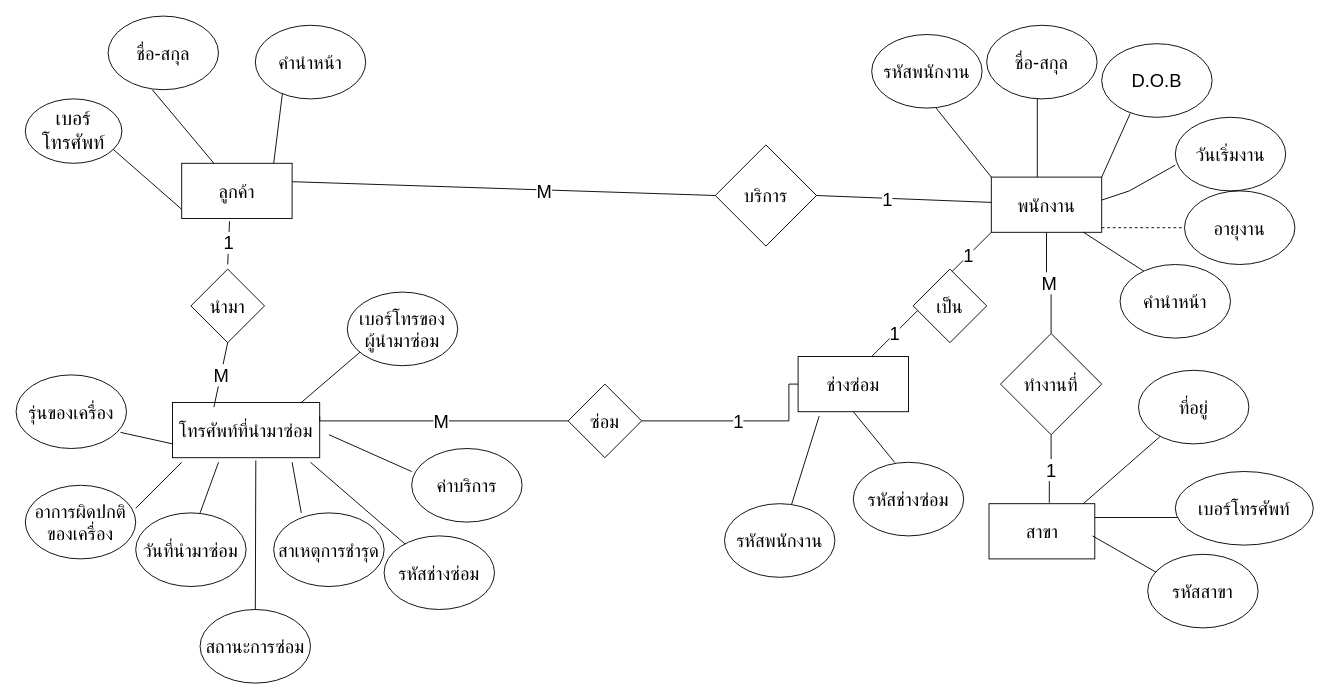
Earlier version of the draw.io diagram Untitled Diagram.drawio (Bode20029/hello-world). Source tidied: cells renumbered, new cells numbered last; positions are measured from the earlier drawing's top-left corner, leaving out a move shared by most shapes. Both pictures are drawn from the tidied source at 92%, with x=0, y=0 at pixel (16, 16).
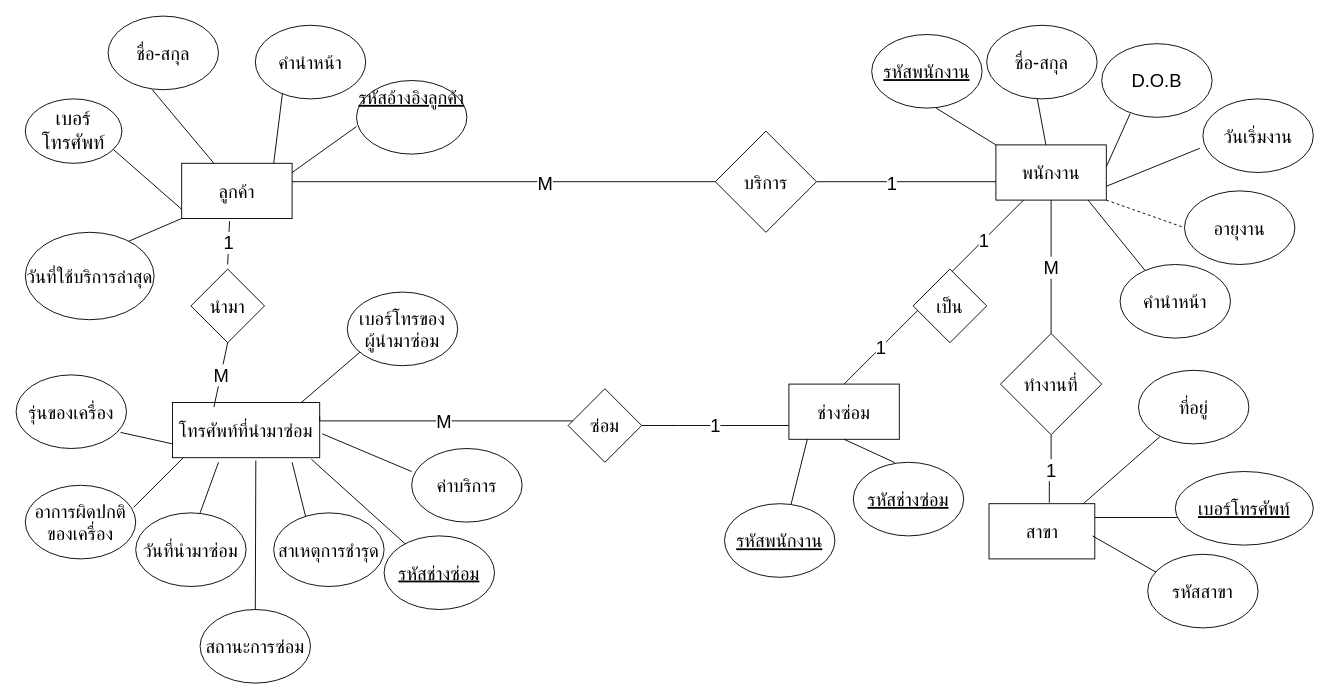
After the change.

Unchanged cells that the change refers to:
```xml
<mxCell id="2" value="&lt;font style=&quot;font-size: 20px;&quot;&gt;ลูกค้า&lt;/font&gt;" style="rounded=0;whiteSpace=wrap;html=1;" parent="1" vertex="1">
  <mxGeometry x="180" y="160" width="120" height="60" as="geometry" />
</mxCell>
<mxCell id="23" value="โทรศัพท์ที่นำมาซ่อม" style="rounded=0;whiteSpace=wrap;html=1;fontSize=20;fontColor=#000000;" parent="1" vertex="1">
  <mxGeometry x="170" y="420" width="160" height="60" as="geometry" />
</mxCell>
<mxCell id="43" value="อาการผิดปกติของเครื่อง" style="ellipse;whiteSpace=wrap;html=1;fontFamily=Helvetica;fontSize=20;fontColor=#000000;" parent="1" vertex="1">
  <mxGeometry x="10" y="510" width="120" height="80" as="geometry" />
</mxCell>
<mxCell id="49" value="สาเหตุการชำรุด" style="ellipse;whiteSpace=wrap;html=1;fontFamily=Helvetica;fontSize=20;fontColor=#000000;" parent="1" vertex="1">
  <mxGeometry x="280" y="540" width="120" height="80" as="geometry" />
</mxCell>
<mxCell id="51" value="ค่าบริการ" style="ellipse;whiteSpace=wrap;html=1;fontFamily=Helvetica;fontSize=20;fontColor=#000000;" parent="1" vertex="1">
  <mxGeometry x="430" y="470" width="120" height="80" as="geometry" />
</mxCell>
```

Diff of the diagram source:
```diff
@@
-    <mxCell id="7" value="พนักงาน" style="rounded=0;whiteSpace=wrap;html=1;fontSize=20;fontColor=#000000;" parent="1" vertex="1">
-      <mxGeometry x="1060" y="175" width="120" height="60" as="geometry" />
-    </mxCell>
@@
-    <mxCell id="14" value="เบอร์โทรศัพท์" style="ellipse;whiteSpace=wrap;html=1;fontSize=20;fontColor=#000000;" parent="1" vertex="1">
+    <mxCell id="14" value="เบอร์โทรศัพท์" style="ellipse;whiteSpace=wrap;html=1;fontSize=20;fontColor=#000000;fontStyle=4;" parent="1" vertex="1">
       <mxGeometry x="1260" y="495" width="150" height="80" as="geometry" />
     </mxCell>
@@
-    <mxCell id="17" style="endArrow=none;html=1;rounded=0;fontSize=20;fontColor=#000000;" parent="1" edge="1">
+    <mxCell id="17" style="endArrow=none;html=1;rounded=0;fontSize=20;fontColor=#000000;startArrow=none;" parent="1" edge="1" source="7">
       <mxGeometry relative="1" as="geometry">
-        <mxPoint x="1110" y="175" as="sourcePoint" />
         <mxPoint x="1110" y="90" as="targetPoint" />
       </mxGeometry>
     </mxCell>
@@
-    <mxCell id="21" style="endArrow=none;html=1;rounded=0;fontSize=20;fontColor=#000000;entryX=0;entryY=0.65;entryDx=0;entryDy=0;entryPerimeter=0;" parent="1" edge="1" target="22">
-      <mxGeometry relative="1" as="geometry">
-        <mxPoint x="1180" y="200" as="sourcePoint" />
-        <Array as="points">
-          <mxPoint x="1210" y="190" />
-        </Array>
-      </mxGeometry>
-    </mxCell>
     <mxCell id="22" value="วันเริ่มงาน" style="ellipse;whiteSpace=wrap;html=1;fontSize=20;fontColor=#000000;" parent="1" vertex="1">
-      <mxGeometry x="1260" y="110" width="120" height="80" as="geometry" />
+      <mxGeometry x="1290" y="90" width="120" height="80" as="geometry" />
     </mxCell>
@@
     <mxCell id="26" style="endArrow=none;html=1;rounded=0;fontFamily=Helvetica;fontSize=20;fontColor=#000000;exitX=1;exitY=0.5;exitDx=0;exitDy=0;" parent="1" edge="1" source="28">
       <mxGeometry relative="1" as="geometry">
-        <mxPoint x="1060" y="202.5" as="targetPoint" />
+        <mxPoint x="1070" y="180" as="targetPoint" />
       </mxGeometry>
     </mxCell>
@@
     <mxCell id="28" value="บริการ" style="rhombus;whiteSpace=wrap;html=1;fontFamily=Helvetica;fontSize=20;fontColor=#000000;" parent="1" vertex="1">
-      <mxGeometry x="760" y="140" width="110" height="110" as="geometry" />
+      <mxGeometry x="760" y="125" width="110" height="110" as="geometry" />
     </mxCell>
-    <mxCell id="29" style="endArrow=none;html=1;rounded=0;fontFamily=Helvetica;fontSize=20;fontColor=#000000;entryX=0;entryY=0.5;entryDx=0;entryDy=0;" parent="1" edge="1" target="28">
+    <mxCell id="29" style="endArrow=none;html=1;rounded=0;fontFamily=Helvetica;fontSize=20;fontColor=#000000;" parent="1" edge="1">
       <mxGeometry relative="1" as="geometry">
         <mxPoint x="300" y="180" as="sourcePoint" />
+        <mxPoint x="760" y="180" as="targetPoint" />
       </mxGeometry>
     </mxCell>
@@
-    <mxCell id="33" value="1" style="endArrow=none;html=1;rounded=0;fontFamily=Helvetica;fontSize=20;fontColor=#000000;" parent="1" edge="1">
+    <mxCell id="33" value="1" style="endArrow=none;html=1;rounded=0;fontFamily=Helvetica;fontSize=20;fontColor=#000000;entryX=0.25;entryY=1;entryDx=0;entryDy=0;" parent="1" edge="1" target="7">
       <mxGeometry relative="1" as="geometry">
         <mxPoint x="1010" y="285" as="sourcePoint" />
-        <mxPoint x="1060" y="235" as="targetPoint" />
       </mxGeometry>
     </mxCell>
@@
-    <mxCell id="35" value="1" style="endArrow=none;html=1;rounded=0;fontFamily=Helvetica;fontSize=20;fontColor=#000000;" parent="1" edge="1">
+    <mxCell id="35" value="1" style="endArrow=none;html=1;rounded=0;fontFamily=Helvetica;fontSize=20;fontColor=#000000;exitX=0.5;exitY=0;exitDx=0;exitDy=0;" parent="1" edge="1" source="37">
       <mxGeometry relative="1" as="geometry">
-        <mxPoint x="930" y="370" as="sourcePoint" />
         <mxPoint x="980" y="320" as="targetPoint" />
       </mxGeometry>
     </mxCell>
     <mxCell id="36" value="1" style="edgeStyle=orthogonalEdgeStyle;rounded=0;jettySize=auto;html=1;entryX=1;entryY=0.5;entryDx=0;entryDy=0;fontFamily=Helvetica;fontSize=20;fontColor=#000000;endArrow=none;endFill=0;" parent="1" edge="1" source="37" target="53">
       <mxGeometry relative="1" as="geometry">
         <Array as="points">
-          <mxPoint x="840" y="400" />
-          <mxPoint x="840" y="440" />
+          <mxPoint x="720" y="445" />
+          <mxPoint x="720" y="445" />
         </Array>
       </mxGeometry>
     </mxCell>
     <mxCell id="37" value="ช่างซ่อม" style="rounded=0;whiteSpace=wrap;html=1;fontFamily=Helvetica;fontSize=20;fontColor=#000000;" parent="1" vertex="1">
-      <mxGeometry x="850" y="370" width="120" height="60" as="geometry" />
+      <mxGeometry x="840" y="400" width="120" height="60" as="geometry" />
     </mxCell>
@@
-    <mxCell id="39" value="รหัสพนักงาน" style="ellipse;whiteSpace=wrap;html=1;fontFamily=Helvetica;fontSize=20;fontColor=#000000;" parent="1" vertex="1">
+    <mxCell id="39" value="รหัสพนักงาน" style="ellipse;whiteSpace=wrap;html=1;fontFamily=Helvetica;fontSize=20;fontColor=#000000;fontStyle=4;" parent="1" vertex="1">
       <mxGeometry x="930" y="20" width="120" height="80" as="geometry" />
     </mxCell>
@@
-    <mxCell id="41" value="รหัสช่างซ่อม" style="ellipse;whiteSpace=wrap;html=1;fontFamily=Helvetica;fontSize=20;fontColor=#000000;" parent="1" vertex="1">
+    <mxCell id="41" value="รหัสช่างซ่อม" style="ellipse;whiteSpace=wrap;html=1;fontFamily=Helvetica;fontSize=20;fontColor=#000000;fontStyle=4;" parent="1" vertex="1">
       <mxGeometry x="910" y="485" width="120" height="80" as="geometry" />
     </mxCell>
-    <mxCell id="42" style="endArrow=none;html=1;rounded=0;fontFamily=Helvetica;fontSize=20;fontColor=#000000;" parent="1" edge="1">
-      <mxGeometry relative="1" as="geometry">
-        <mxPoint x="130" y="535" as="sourcePoint" />
-        <mxPoint x="180" y="485" as="targetPoint" />
-      </mxGeometry>
+    <mxCell id="42" style="endArrow=none;html=1;rounded=0;fontFamily=Helvetica;fontSize=20;fontColor=#000000;entryX=0.073;entryY=1.002;entryDx=0;entryDy=0;entryPerimeter=0;exitX=0.981;exitY=0.3;exitDx=0;exitDy=0;exitPerimeter=0;" parent="1" edge="1" source="43" target="23">
+      <mxGeometry relative="1" as="geometry" />
     </mxCell>
@@
-    <mxCell id="44" style="endArrow=none;html=1;rounded=0;fontFamily=Helvetica;fontSize=20;fontColor=#000000;dashed=1;" parent="1" edge="1">
+    <mxCell id="44" style="endArrow=none;html=1;rounded=0;fontFamily=Helvetica;fontSize=20;fontColor=#000000;dashed=1;exitX=1;exitY=1;exitDx=0;exitDy=0;" parent="1" edge="1" source="7">
       <mxGeometry relative="1" as="geometry">
-        <mxPoint x="1180" y="230" as="sourcePoint" />
         <mxPoint x="1270" y="230" as="targetPoint" />
       </mxGeometry>
     </mxCell>
@@
-    <mxCell id="48" style="endArrow=none;html=1;rounded=0;fontFamily=Helvetica;fontSize=20;fontColor=#000000;" parent="1" edge="1">
+    <mxCell id="48" style="endArrow=none;html=1;rounded=0;fontFamily=Helvetica;fontSize=20;fontColor=#000000;exitX=0.292;exitY=0.067;exitDx=0;exitDy=0;exitPerimeter=0;" parent="1" edge="1" source="49">
       <mxGeometry relative="1" as="geometry">
-        <mxPoint x="310" y="540" as="sourcePoint" />
         <mxPoint x="300" y="485" as="targetPoint" />
       </mxGeometry>
     </mxCell>
@@
-    <mxCell id="50" style="endArrow=none;html=1;rounded=0;fontFamily=Helvetica;fontSize=20;fontColor=#000000;entryX=0;entryY=0.313;entryDx=0;entryDy=0;entryPerimeter=0;" parent="1" edge="1" target="51">
-      <mxGeometry relative="1" as="geometry">
-        <mxPoint x="340" y="455" as="sourcePoint" />
-      </mxGeometry>
+    <mxCell id="50" style="endArrow=none;html=1;rounded=0;fontFamily=Helvetica;fontSize=20;fontColor=#000000;entryX=0;entryY=0.313;entryDx=0;entryDy=0;entryPerimeter=0;exitX=1.017;exitY=0.567;exitDx=0;exitDy=0;exitPerimeter=0;" parent="1" edge="1" source="23" target="51">
+      <mxGeometry relative="1" as="geometry" />
     </mxCell>
@@
     <mxCell id="52" value="M" style="edgeStyle=orthogonalEdgeStyle;rounded=0;jettySize=auto;html=1;entryX=1;entryY=0.25;entryDx=0;entryDy=0;fontFamily=Helvetica;fontSize=20;fontColor=#000000;endArrow=none;endFill=0;" parent="1" edge="1" source="53" target="23">
       <mxGeometry relative="1" as="geometry">
         <Array as="points">
-          <mxPoint x="460" y="440" />
-          <mxPoint x="460" y="440" />
+          <mxPoint x="330" y="440" />
         </Array>
       </mxGeometry>
     </mxCell>
     <mxCell id="53" value="ซ่อม" style="rhombus;whiteSpace=wrap;html=1;fontFamily=Helvetica;fontSize=20;fontColor=#000000;" parent="1" vertex="1">
-      <mxGeometry x="600" y="400" width="80" height="80" as="geometry" />
+      <mxGeometry x="600" y="405" width="80" height="80" as="geometry" />
     </mxCell>
@@
-    <mxCell id="60" style="endArrow=none;html=1;rounded=0;fontFamily=Helvetica;fontSize=20;fontColor=#000000;entryX=0.191;entryY=1.08;entryDx=0;entryDy=0;entryPerimeter=0;" parent="1" edge="1" target="37">
+    <mxCell id="60" style="endArrow=none;html=1;rounded=0;fontFamily=Helvetica;fontSize=20;fontColor=#000000;entryX=0.167;entryY=1;entryDx=0;entryDy=0;entryPerimeter=0;" parent="1" edge="1" target="37">
       <mxGeometry relative="1" as="geometry">
         <mxPoint x="840" y="540" as="sourcePoint" />
       </mxGeometry>
     </mxCell>
-    <mxCell id="61" value="รหัสพนักงาน" style="ellipse;whiteSpace=wrap;html=1;fontFamily=Helvetica;fontSize=20;fontColor=#000000;" parent="1" vertex="1">
+    <mxCell id="61" value="รหัสพนักงาน" style="ellipse;whiteSpace=wrap;html=1;fontFamily=Helvetica;fontSize=20;fontColor=#000000;fontStyle=4;" parent="1" vertex="1">
       <mxGeometry x="770" y="530" width="120" height="80" as="geometry" />
     </mxCell>
-    <mxCell id="62" style="endArrow=none;html=1;rounded=0;fontFamily=Helvetica;fontSize=20;fontColor=#000000;" parent="1" edge="1">
+    <mxCell id="62" style="endArrow=none;html=1;rounded=0;fontFamily=Helvetica;fontSize=20;fontColor=#000000;entryX=0.944;entryY=1.03;entryDx=0;entryDy=0;entryPerimeter=0;" parent="1" edge="1" target="23">
       <mxGeometry relative="1" as="geometry">
         <mxPoint x="430" y="580" as="sourcePoint" />
-        <mxPoint x="320" y="485" as="targetPoint" />
       </mxGeometry>
     </mxCell>
-    <mxCell id="63" value="รหัสช่างซ่อม" style="ellipse;whiteSpace=wrap;html=1;fontFamily=Helvetica;fontSize=20;fontColor=#000000;" parent="1" vertex="1">
+    <mxCell id="63" value="รหัสช่างซ่อม" style="ellipse;whiteSpace=wrap;html=1;fontFamily=Helvetica;fontSize=20;fontColor=#000000;fontStyle=4;" parent="1" vertex="1">
       <mxGeometry x="400" y="565" width="120" height="80" as="geometry" />
     </mxCell>
@@
+    <mxCell id="68" style="endArrow=none;html=1;rounded=0;fontFamily=Helvetica;fontSize=20;fontColor=#000000;" parent="1" edge="1">
+      <mxGeometry relative="1" as="geometry">
+        <mxPoint x="300" y="170" as="sourcePoint" />
+        <mxPoint x="370" y="120" as="targetPoint" />
+      </mxGeometry>
+    </mxCell>
+    <mxCell id="69" value="รหัสอ้างอิงลูกค้า" style="ellipse;whiteSpace=wrap;html=1;fontFamily=Helvetica;fontSize=20;fontColor=#000000;verticalAlign=top;fontStyle=4;" parent="1" vertex="1">
+      <mxGeometry x="370" y="70" width="120" height="80" as="geometry" />
+    </mxCell>
+    <mxCell id="70" style="endArrow=none;html=1;rounded=0;fontFamily=Helvetica;fontSize=20;fontColor=#000000;entryX=0;entryY=1;entryDx=0;entryDy=0;" parent="1" edge="1" target="2">
+      <mxGeometry relative="1" as="geometry">
+        <mxPoint x="110" y="250" as="sourcePoint" />
+      </mxGeometry>
+    </mxCell>
+    <mxCell id="71" value="วันที่ใช้บริการล่าสุด" style="ellipse;whiteSpace=wrap;html=1;fontFamily=Helvetica;fontSize=20;fontColor=#000000;" parent="1" vertex="1">
+      <mxGeometry x="10" y="235" width="140" height="95" as="geometry" />
+    </mxCell>
+    <mxCell id="7" value="พนักงาน" style="rounded=0;whiteSpace=wrap;html=1;fontSize=20;fontColor=#000000;" parent="1" vertex="1">
+      <mxGeometry x="1065" y="140" width="120" height="60" as="geometry" />
+    </mxCell>
+    <mxCell id="72" style="endArrow=none;html=1;rounded=0;fontFamily=Helvetica;fontSize=20;fontColor=#000000;exitX=1;exitY=0.75;exitDx=0;exitDy=0;entryX=-0.028;entryY=0.671;entryDx=0;entryDy=0;entryPerimeter=0;" parent="1" edge="1" source="7" target="22">
+      <mxGeometry relative="1" as="geometry" />
+    </mxCell>
```
